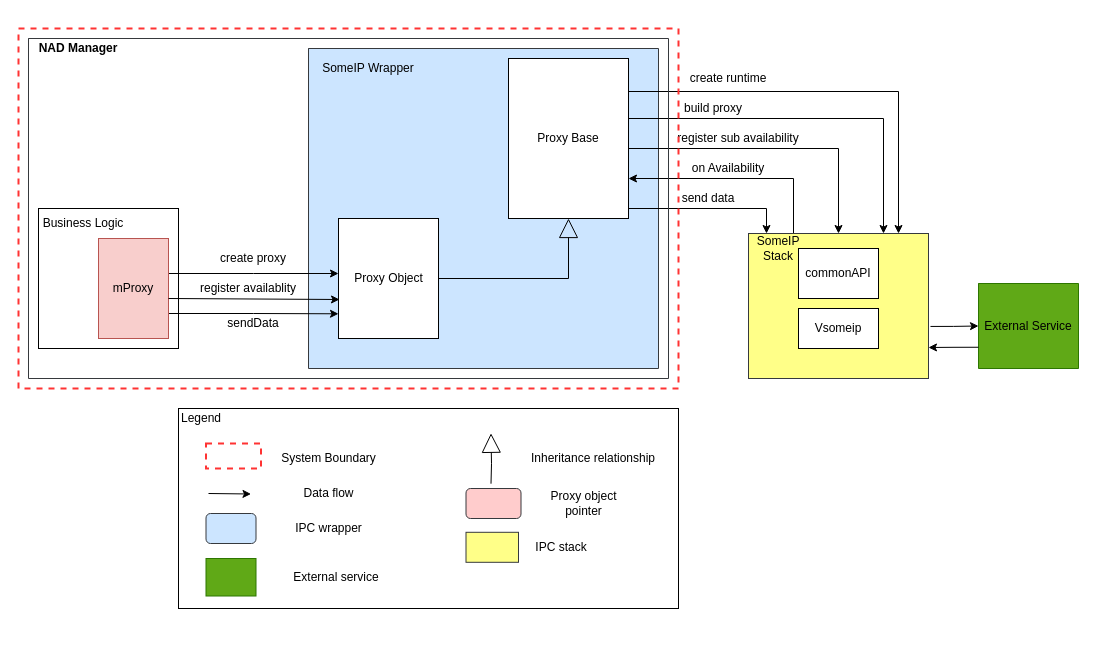
Before: page "HL_RemoteStubmonitor_sip" (4 of 5) of doc/SA cert/Design/modifiability.drawio in taikt/codefun, a draw.io diagram. Source tidied: cells renumbered, new cells numbered last; positions are measured from the earlier drawing's top-left corner, leaving out a move shared by most shapes. Both pictures are drawn from the tidied source at 100%, with x=0, y=0 at pixel (18, 28).
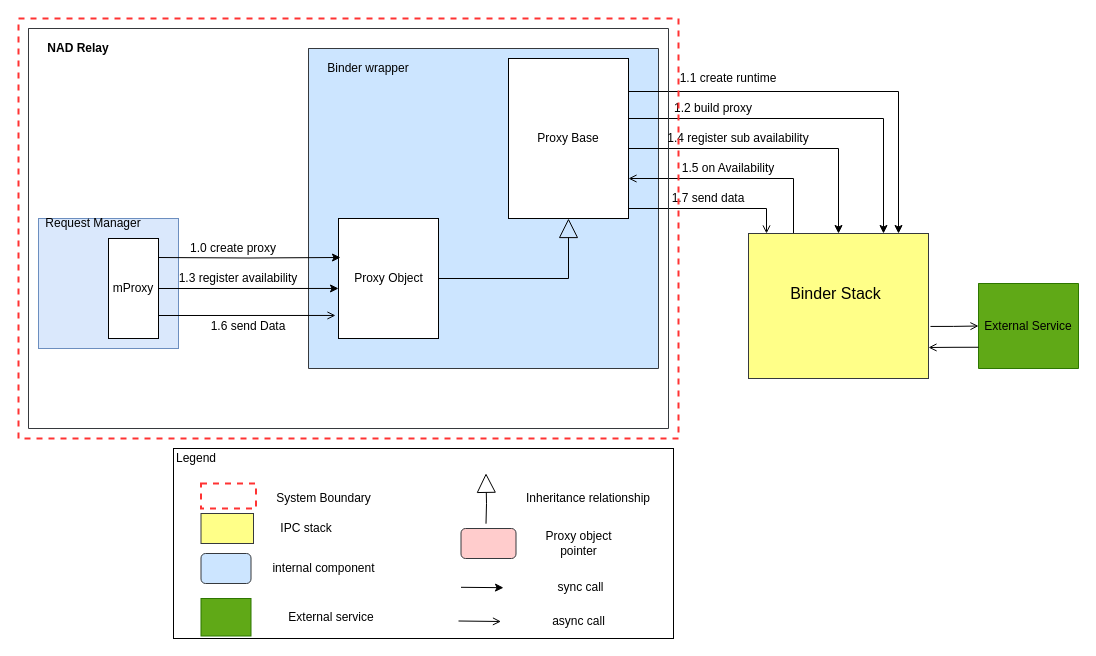
The same page after the edit.

The change refers to these unchanged cells:
```xml
<mxCell id="8" value="Proxy Base" style="rounded=0;whiteSpace=wrap;html=1;" parent="1" vertex="1">
  <mxGeometry x="490" y="30" width="120" height="160" as="geometry" />
</mxCell>
<mxCell id="10" style="rounded=0;whiteSpace=wrap;html=1;fillColor=#ffff88;strokeColor=#36393d;" parent="1" vertex="1">
  <mxGeometry x="730" y="205" width="180" height="145" as="geometry" />
</mxCell>
<mxCell id="14" value="Proxy Object" style="html=1;" parent="1" vertex="1">
  <mxGeometry x="320" y="190" width="100" height="120" as="geometry" />
</mxCell>
<mxCell id="17" style="shape=folder;fontStyle=1;tabWidth=160;tabHeight=0;tabPosition=left;html=1;boundedLbl=1;fillColor=#60a917;strokeColor=#2D7600;fontColor=#ffffff;" parent="1" vertex="1">
  <mxGeometry x="960" y="255" width="100" height="85" as="geometry" />
</mxCell>
```

The edit, as a diff of the source:
```diff
@@
-    <mxCell id="3" value="SomeIP Wrapper" style="text;html=1;strokeColor=none;fillColor=none;align=center;verticalAlign=middle;whiteSpace=wrap;rounded=0;" parent="1" vertex="1">
+    <mxCell id="3" value="Binder wrapper" style="text;html=1;strokeColor=none;fillColor=none;align=center;verticalAlign=middle;whiteSpace=wrap;rounded=0;" parent="1" vertex="1">
       <mxGeometry x="300" y="30" width="100" height="20" as="geometry" />
     </mxCell>
@@
-    <mxCell id="7" style="edgeStyle=orthogonalEdgeStyle;rounded=0;jettySize=auto;html=1;exitX=1;exitY=0.75;exitDx=0;exitDy=0;entryX=0.1;entryY=0;entryDx=0;entryDy=0;entryPerimeter=0;startArrow=none;startFill=0;endArrow=classic;endFill=1;endSize=6;strokeWidth=1;" parent="1" edge="1" source="8" target="10">
+    <mxCell id="7" style="edgeStyle=orthogonalEdgeStyle;rounded=0;jettySize=auto;html=1;exitX=1;exitY=0.75;exitDx=0;exitDy=0;entryX=0.1;entryY=0;entryDx=0;entryDy=0;entryPerimeter=0;startArrow=none;startFill=0;endArrow=open;endFill=0;endSize=6;strokeWidth=1;" parent="1" edge="1" source="8" target="10">
       <mxGeometry relative="1" as="geometry">
         <Array as="points">
           <mxPoint x="610" y="180" />
           <mxPoint x="748" y="180" />
         </Array>
       </mxGeometry>
     </mxCell>
@@
-    <mxCell id="9" style="edgeStyle=orthogonalEdgeStyle;rounded=0;jettySize=auto;html=1;exitX=0.25;exitY=0;exitDx=0;exitDy=0;entryX=1;entryY=0.75;entryDx=0;entryDy=0;startArrow=none;startFill=0;endArrow=classic;endFill=1;endSize=6;strokeWidth=1;" parent="1" edge="1" source="10" target="8">
+    <mxCell id="9" style="edgeStyle=orthogonalEdgeStyle;rounded=0;jettySize=auto;html=1;exitX=0.25;exitY=0;exitDx=0;exitDy=0;entryX=1;entryY=0.75;entryDx=0;entryDy=0;startArrow=none;startFill=0;endArrow=open;endFill=0;endSize=6;strokeWidth=1;" parent="1" edge="1" source="10" target="8">
       <mxGeometry relative="1" as="geometry" />
     </mxCell>
@@
-    <mxCell id="11" value="commonAPI" style="rounded=0;whiteSpace=wrap;html=1;" parent="1" vertex="1">
-      <mxGeometry x="780" y="220" width="80" height="50" as="geometry" />
-    </mxCell>
-    <mxCell id="12" value="Vsomeip" style="rounded=0;whiteSpace=wrap;html=1;" parent="1" vertex="1">
-      <mxGeometry x="780" y="280" width="80" height="40" as="geometry" />
-    </mxCell>
@@
     <mxCell id="15" style="shape=folder;fontStyle=1;tabWidth=250;tabHeight=0;tabPosition=left;html=1;boundedLbl=1;strokeColor=#36393d;fillColor=none;" parent="1" vertex="1">
-      <mxGeometry x="10" y="10" width="640" height="340" as="geometry" />
+      <mxGeometry x="10" width="640" height="400" as="geometry" />
     </mxCell>
-    <mxCell id="16" value="SomeIP Stack" style="text;html=1;strokeColor=none;fillColor=none;align=center;verticalAlign=middle;whiteSpace=wrap;rounded=0;" parent="1" vertex="1">
-      <mxGeometry x="740" y="210" width="40" height="20" as="geometry" />
+    <mxCell id="16" value="&lt;font style=&quot;font-size: 16px&quot;&gt;Binder Stack&lt;/font&gt;" style="text;html=1;strokeColor=none;fillColor=none;align=center;verticalAlign=middle;whiteSpace=wrap;rounded=0;" parent="1" vertex="1">
+      <mxGeometry x="765" y="260" width="105" height="10" as="geometry" />
     </mxCell>
@@
-    <mxCell id="19" value="create runtime" style="text;html=1;strokeColor=none;fillColor=none;align=center;verticalAlign=middle;whiteSpace=wrap;rounded=0;" parent="1" vertex="1">
+    <mxCell id="19" value="1.1 create runtime" style="text;html=1;strokeColor=none;fillColor=none;align=center;verticalAlign=middle;whiteSpace=wrap;rounded=0;" parent="1" vertex="1">
       <mxGeometry x="655" y="40" width="110" height="20" as="geometry" />
     </mxCell>
-    <mxCell id="20" value="register sub availability" style="text;html=1;strokeColor=none;fillColor=none;align=center;verticalAlign=middle;whiteSpace=wrap;rounded=0;" parent="1" vertex="1">
+    <mxCell id="20" value="1.4 register sub availability" style="text;html=1;strokeColor=none;fillColor=none;align=center;verticalAlign=middle;whiteSpace=wrap;rounded=0;" parent="1" vertex="1">
       <mxGeometry x="640" y="100" width="160" height="20" as="geometry" />
     </mxCell>
-    <mxCell id="21" style="edgeStyle=orthogonalEdgeStyle;rounded=0;jettySize=auto;html=1;entryX=0;entryY=0.5;entryDx=0;entryDy=0;strokeColor=#000000;exitX=1;exitY=0.35;exitDx=0;exitDy=0;exitPerimeter=0;" parent="1" edge="1" source="24">
-      <mxGeometry relative="1" as="geometry">
-        <mxPoint x="320" y="245" as="targetPoint" />
-      </mxGeometry>
-    </mxCell>
-    <mxCell id="22" value="create proxy" style="text;html=1;strokeColor=none;fillColor=none;align=center;verticalAlign=middle;whiteSpace=wrap;rounded=0;" parent="1" vertex="1">
-      <mxGeometry x="190" y="220" width="90" height="20" as="geometry" />
+    <mxCell id="22" value="1.0 create proxy" style="text;html=1;strokeColor=none;fillColor=none;align=center;verticalAlign=middle;whiteSpace=wrap;rounded=0;" parent="1" vertex="1">
+      <mxGeometry x="170" y="210" width="90" height="20" as="geometry" />
     </mxCell>
-    <mxCell id="23" style="edgeStyle=orthogonalEdgeStyle;rounded=0;jettySize=auto;html=1;exitX=1;exitY=0.75;exitDx=0;exitDy=0;entryX=0;entryY=0.81;entryDx=0;entryDy=0;entryPerimeter=0;startArrow=none;startFill=0;endArrow=classic;endFill=1;strokeColor=#000000;" parent="1" edge="1" source="24">
-      <mxGeometry relative="1" as="geometry">
-        <mxPoint x="320" y="285.3" as="targetPoint" />
-      </mxGeometry>
-    </mxCell>
-    <mxCell id="24" value="mProxy" style="rounded=0;whiteSpace=wrap;html=1;fillColor=#f8cecc;strokeColor=#b85450;" parent="1" vertex="1">
-      <mxGeometry x="80" y="210" width="70" height="100" as="geometry" />
-    </mxCell>
-    <mxCell id="25" value="register availablity" style="text;html=1;strokeColor=none;fillColor=none;align=center;verticalAlign=middle;whiteSpace=wrap;rounded=0;" parent="1" vertex="1">
-      <mxGeometry x="170" y="250" width="120" height="20" as="geometry" />
+    <mxCell id="25" value="1.3 register availability" style="text;html=1;strokeColor=none;fillColor=none;align=center;verticalAlign=middle;whiteSpace=wrap;rounded=0;" parent="1" vertex="1">
+      <mxGeometry x="150" y="240" width="140" height="20" as="geometry" />
     </mxCell>
-    <mxCell id="26" value="sendData" style="text;html=1;strokeColor=none;fillColor=none;align=center;verticalAlign=middle;whiteSpace=wrap;rounded=0;" parent="1" vertex="1">
-      <mxGeometry x="190" y="285" width="90" height="20" as="geometry" />
+    <mxCell id="26" value="1.6 send Data" style="text;html=1;strokeColor=none;fillColor=none;align=center;verticalAlign=middle;whiteSpace=wrap;rounded=0;" parent="1" vertex="1">
+      <mxGeometry x="185" y="287.5" width="90" height="20" as="geometry" />
     </mxCell>
-    <mxCell id="27" value="build proxy" style="text;html=1;strokeColor=none;fillColor=none;align=center;verticalAlign=middle;whiteSpace=wrap;rounded=0;" parent="1" vertex="1">
+    <mxCell id="27" value="1.2 build proxy" style="text;html=1;strokeColor=none;fillColor=none;align=center;verticalAlign=middle;whiteSpace=wrap;rounded=0;" parent="1" vertex="1">
       <mxGeometry x="640" y="70" width="110" height="20" as="geometry" />
     </mxCell>
-    <mxCell id="28" value="on Availability" style="text;html=1;strokeColor=none;fillColor=none;align=center;verticalAlign=middle;whiteSpace=wrap;rounded=0;" parent="1" vertex="1">
+    <mxCell id="28" value="1.5 on Availability" style="text;html=1;strokeColor=none;fillColor=none;align=center;verticalAlign=middle;whiteSpace=wrap;rounded=0;" parent="1" vertex="1">
       <mxGeometry x="630" y="130" width="160" height="20" as="geometry" />
     </mxCell>
-    <mxCell id="29" value="send data" style="text;html=1;strokeColor=none;fillColor=none;align=center;verticalAlign=middle;whiteSpace=wrap;rounded=0;" parent="1" vertex="1">
+    <mxCell id="29" value="1.7 send data" style="text;html=1;strokeColor=none;fillColor=none;align=center;verticalAlign=middle;whiteSpace=wrap;rounded=0;" parent="1" vertex="1">
       <mxGeometry x="610" y="160" width="160" height="20" as="geometry" />
     </mxCell>
     <mxCell id="30" style="rounded=0;whiteSpace=wrap;html=1;fillColor=none;gradientColor=#ffffff;dashed=1;strokeWidth=2;strokeColor=#FF3333;" parent="1" vertex="1">
-      <mxGeometry width="660" height="360" as="geometry" />
+      <mxGeometry y="-10" width="660" height="420" as="geometry" />
     </mxCell>
-    <mxCell id="31" value="&lt;b&gt;NAD Manager&lt;/b&gt;" style="text;html=1;strokeColor=none;fillColor=none;align=center;verticalAlign=middle;whiteSpace=wrap;rounded=0;" parent="1" vertex="1">
+    <mxCell id="31" value="&lt;b&gt;NAD Relay&lt;/b&gt;" style="text;html=1;strokeColor=none;fillColor=none;align=center;verticalAlign=middle;whiteSpace=wrap;rounded=0;" parent="1" vertex="1">
       <mxGeometry x="10" y="10" width="100" height="20" as="geometry" />
     </mxCell>
-    <mxCell id="32" style="edgeStyle=orthogonalEdgeStyle;rounded=0;jettySize=auto;html=1;entryX=0.01;entryY=0.675;entryDx=0;entryDy=0;entryPerimeter=0;" parent="1" edge="1" target="14">
-      <mxGeometry relative="1" as="geometry">
-        <mxPoint x="150" y="270" as="sourcePoint" />
-      </mxGeometry>
-    </mxCell>
-    <mxCell id="33" style="rounded=0;whiteSpace=wrap;html=1;fillColor=none;" parent="1" vertex="1">
-      <mxGeometry x="20" y="180" width="140" height="140" as="geometry" />
+    <mxCell id="33" style="rounded=0;whiteSpace=wrap;html=1;fillColor=#dae8fc;strokeColor=#6c8ebf;" parent="1" vertex="1">
+      <mxGeometry x="20" y="190" width="140" height="130" as="geometry" />
     </mxCell>
-    <mxCell id="34" value="Business Logic" style="text;html=1;strokeColor=none;fillColor=none;align=center;verticalAlign=middle;whiteSpace=wrap;rounded=0;" parent="1" vertex="1">
-      <mxGeometry x="20" y="180" width="90" height="30" as="geometry" />
+    <mxCell id="34" value="Request Manager" style="text;html=1;strokeColor=none;fillColor=none;align=center;verticalAlign=middle;whiteSpace=wrap;rounded=0;" parent="1" vertex="1">
+      <mxGeometry x="20" y="180" width="110" height="30" as="geometry" />
     </mxCell>
-    <mxCell id="35" style="edgeStyle=orthogonalEdgeStyle;rounded=0;jettySize=auto;html=1;exitX=1.011;exitY=0.641;exitDx=0;exitDy=0;entryX=0;entryY=0;entryDx=0;entryDy=42.5;entryPerimeter=0;exitPerimeter=0;" parent="1" edge="1" source="10" target="17">
+    <mxCell id="35" style="edgeStyle=orthogonalEdgeStyle;rounded=0;jettySize=auto;html=1;exitX=1.011;exitY=0.641;exitDx=0;exitDy=0;entryX=0;entryY=0;entryDx=0;entryDy=42.5;entryPerimeter=0;exitPerimeter=0;endArrow=open;endFill=0;" parent="1" edge="1" source="10" target="17">
       <mxGeometry relative="1" as="geometry" />
     </mxCell>
-    <mxCell id="36" style="edgeStyle=orthogonalEdgeStyle;rounded=0;jettySize=auto;html=1;exitX=0;exitY=0;exitDx=0;exitDy=63.75;exitPerimeter=0;" parent="1" edge="1" source="17">
+    <mxCell id="36" style="edgeStyle=orthogonalEdgeStyle;rounded=0;jettySize=auto;html=1;exitX=0;exitY=0;exitDx=0;exitDy=63.75;exitPerimeter=0;endArrow=open;endFill=0;" parent="1" edge="1" source="17">
       <mxGeometry relative="1" as="geometry">
         <mxPoint x="910" y="319" as="targetPoint" />
       </mxGeometry>
     </mxCell>
     <mxCell id="37" style="rounded=0;whiteSpace=wrap;html=1;" parent="1" vertex="1">
-      <mxGeometry x="160" y="380" width="500" height="200" as="geometry" />
+      <mxGeometry x="155" y="420" width="500" height="190" as="geometry" />
     </mxCell>
     <mxCell id="38" value="Legend" style="text;html=1;strokeColor=none;fillColor=none;align=center;verticalAlign=middle;whiteSpace=wrap;rounded=0;" parent="1" vertex="1">
-      <mxGeometry x="147.5" y="380" width="70" height="20" as="geometry" />
+      <mxGeometry x="142.5" y="420" width="70" height="20" as="geometry" />
     </mxCell>
     <mxCell id="39" style="endArrow=classic;html=1;rounded=0;" parent="1" edge="1">
       <mxGeometry relative="1" as="geometry">
-        <mxPoint x="190" y="465" as="sourcePoint" />
-        <mxPoint x="232.5" y="465.5" as="targetPoint" />
+        <mxPoint x="442.5" y="558.8" as="sourcePoint" />
+        <mxPoint x="485" y="559.2" as="targetPoint" />
       </mxGeometry>
     </mxCell>
     <mxCell id="40" value="Inheritance relationship" style="text;html=1;strokeColor=none;fillColor=none;align=center;verticalAlign=middle;whiteSpace=wrap;rounded=0;" parent="1" vertex="1">
-      <mxGeometry x="500" y="415" width="150" height="30" as="geometry" />
+      <mxGeometry x="495" y="455" width="150" height="30" as="geometry" />
     </mxCell>
     <mxCell id="41" value="System Boundary" style="text;html=1;strokeColor=none;fillColor=none;align=center;verticalAlign=middle;whiteSpace=wrap;rounded=0;" parent="1" vertex="1">
-      <mxGeometry x="257.5" y="415" width="105" height="30" as="geometry" />
+      <mxGeometry x="252.5" y="455" width="105" height="30" as="geometry" />
     </mxCell>
-    <mxCell id="42" value="Data flow" style="text;html=1;strokeColor=none;fillColor=none;align=center;verticalAlign=middle;whiteSpace=wrap;rounded=0;" parent="1" vertex="1">
-      <mxGeometry x="257.5" y="450" width="105" height="30" as="geometry" />
+    <mxCell id="42" value="sync call" style="text;html=1;strokeColor=none;fillColor=none;align=center;verticalAlign=middle;whiteSpace=wrap;rounded=0;" parent="1" vertex="1">
+      <mxGeometry x="510" y="543.8" width="105" height="30" as="geometry" />
     </mxCell>
     <mxCell id="43" style="rounded=1;whiteSpace=wrap;html=1;fillColor=#cce5ff;strokeColor=#36393d;" parent="1" vertex="1">
-      <mxGeometry x="187.5" y="485" width="50" height="30" as="geometry" />
+      <mxGeometry x="182.5" y="525" width="50" height="30" as="geometry" />
     </mxCell>
-    <mxCell id="44" value="IPC wrapper" style="text;html=1;strokeColor=none;fillColor=none;align=center;verticalAlign=middle;whiteSpace=wrap;rounded=0;" parent="1" vertex="1">
-      <mxGeometry x="227.5" y="485" width="165" height="30" as="geometry" />
+    <mxCell id="44" value="internal component" style="text;html=1;strokeColor=none;fillColor=none;align=center;verticalAlign=middle;whiteSpace=wrap;rounded=0;" parent="1" vertex="1">
+      <mxGeometry x="222.5" y="525" width="165" height="30" as="geometry" />
     </mxCell>
     <mxCell id="45" style="rounded=0;whiteSpace=wrap;html=1;fillColor=#60a917;strokeColor=#2D7600;fontColor=#ffffff;" parent="1" vertex="1">
-      <mxGeometry x="187.5" y="530" width="50" height="37.5" as="geometry" />
+      <mxGeometry x="182.5" y="570" width="50" height="37.5" as="geometry" />
     </mxCell>
     <mxCell id="46" value="External service" style="text;html=1;strokeColor=none;fillColor=none;align=center;verticalAlign=middle;whiteSpace=wrap;rounded=0;" parent="1" vertex="1">
-      <mxGeometry x="242.5" y="533.8" width="150" height="30" as="geometry" />
+      <mxGeometry x="237.5" y="573.8" width="150" height="30" as="geometry" />
     </mxCell>
     <mxCell id="47" style="rounded=0;whiteSpace=wrap;html=1;fillColor=#ffff88;strokeColor=#36393d;" parent="1" vertex="1">
-      <mxGeometry x="447.5" y="503.8" width="52.5" height="30" as="geometry" />
+      <mxGeometry x="182.5" y="485" width="52.5" height="30" as="geometry" />
     </mxCell>
     <mxCell id="48" value="IPC stack" style="text;html=1;strokeColor=none;fillColor=none;align=center;verticalAlign=middle;whiteSpace=wrap;rounded=0;" parent="1" vertex="1">
-      <mxGeometry x="467.5" y="503.8" width="150" height="30" as="geometry" />
+      <mxGeometry x="212.5" y="485" width="150" height="30" as="geometry" />
     </mxCell>
     <mxCell id="49" style="rounded=1;whiteSpace=wrap;html=1;fillColor=#ffcccc;strokeColor=#36393d;" parent="1" vertex="1">
-      <mxGeometry x="447.5" y="460" width="55" height="30" as="geometry" />
+      <mxGeometry x="442.5" y="500" width="55" height="30" as="geometry" />
     </mxCell>
     <mxCell id="50" value="Proxy object pointer" style="text;html=1;strokeColor=none;fillColor=none;align=center;verticalAlign=middle;whiteSpace=wrap;rounded=0;" parent="1" vertex="1">
-      <mxGeometry x="512.5" y="460" width="105" height="30" as="geometry" />
+      <mxGeometry x="507.5" y="500" width="105" height="30" as="geometry" />
     </mxCell>
     <mxCell id="51" style="edgeStyle=orthogonalEdgeStyle;rounded=0;orthogonalLoop=1;jettySize=auto;html=1;entryX=0.5;entryY=1;entryDx=0;entryDy=0;startArrow=none;startFill=0;endArrow=block;endFill=0;endSize=17;" parent="1" edge="1">
       <mxGeometry relative="1" as="geometry">
-        <mxPoint x="472.5" y="455.2" as="sourcePoint" />
-        <mxPoint x="472.5" y="404.8" as="targetPoint" />
+        <mxPoint x="467.5" y="495.2" as="sourcePoint" />
+        <mxPoint x="467.5" y="444.8" as="targetPoint" />
       </mxGeometry>
     </mxCell>
     <mxCell id="52" style="rounded=0;whiteSpace=wrap;html=1;fillColor=none;gradientColor=#ffffff;dashed=1;strokeWidth=2;strokeColor=#FF3333;" parent="1" vertex="1">
-      <mxGeometry x="187.5" y="415" width="55" height="25" as="geometry" />
+      <mxGeometry x="182.5" y="455" width="55" height="25" as="geometry" />
     </mxCell>
+    <mxCell id="53" style="edgeStyle=orthogonalEdgeStyle;rounded=0;jettySize=auto;html=1;entryX=0.02;entryY=0.325;entryDx=0;entryDy=0;entryPerimeter=0;" parent="1" edge="1" target="14">
+      <mxGeometry relative="1" as="geometry">
+        <mxPoint x="140" y="229" as="sourcePoint" />
+      </mxGeometry>
+    </mxCell>
+    <mxCell id="54" style="edgeStyle=orthogonalEdgeStyle;rounded=0;jettySize=auto;html=1;exitX=1;exitY=0.5;exitDx=0;exitDy=0;entryX=0;entryY=0.583;entryDx=0;entryDy=0;entryPerimeter=0;" parent="1" edge="1" source="24" target="14">
+      <mxGeometry relative="1" as="geometry" />
+    </mxCell>
+    <mxCell id="55" style="edgeStyle=orthogonalEdgeStyle;rounded=0;jettySize=auto;html=1;exitX=1;exitY=0.75;exitDx=0;exitDy=0;entryX=-0.03;entryY=0.808;entryDx=0;entryDy=0;entryPerimeter=0;endArrow=open;endFill=0;" parent="1" edge="1" source="24" target="14">
+      <mxGeometry relative="1" as="geometry">
+        <Array as="points">
+          <mxPoint x="140" y="287" />
+        </Array>
+      </mxGeometry>
+    </mxCell>
+    <mxCell id="24" value="mProxy" style="rounded=0;whiteSpace=wrap;html=1;" parent="1" vertex="1">
+      <mxGeometry x="90" y="210" width="50" height="100" as="geometry" />
+    </mxCell>
+    <mxCell id="56" style="endArrow=open;html=1;rounded=0;endFill=0;" parent="1" edge="1">
+      <mxGeometry relative="1" as="geometry">
+        <mxPoint x="440" y="592.5" as="sourcePoint" />
+        <mxPoint x="482.5" y="593" as="targetPoint" />
+      </mxGeometry>
+    </mxCell>
+    <mxCell id="57" value="async call" style="text;html=1;strokeColor=none;fillColor=none;align=center;verticalAlign=middle;whiteSpace=wrap;rounded=0;" parent="1" vertex="1">
+      <mxGeometry x="507.5" y="577.5" width="105" height="30" as="geometry" />
+    </mxCell>
```
